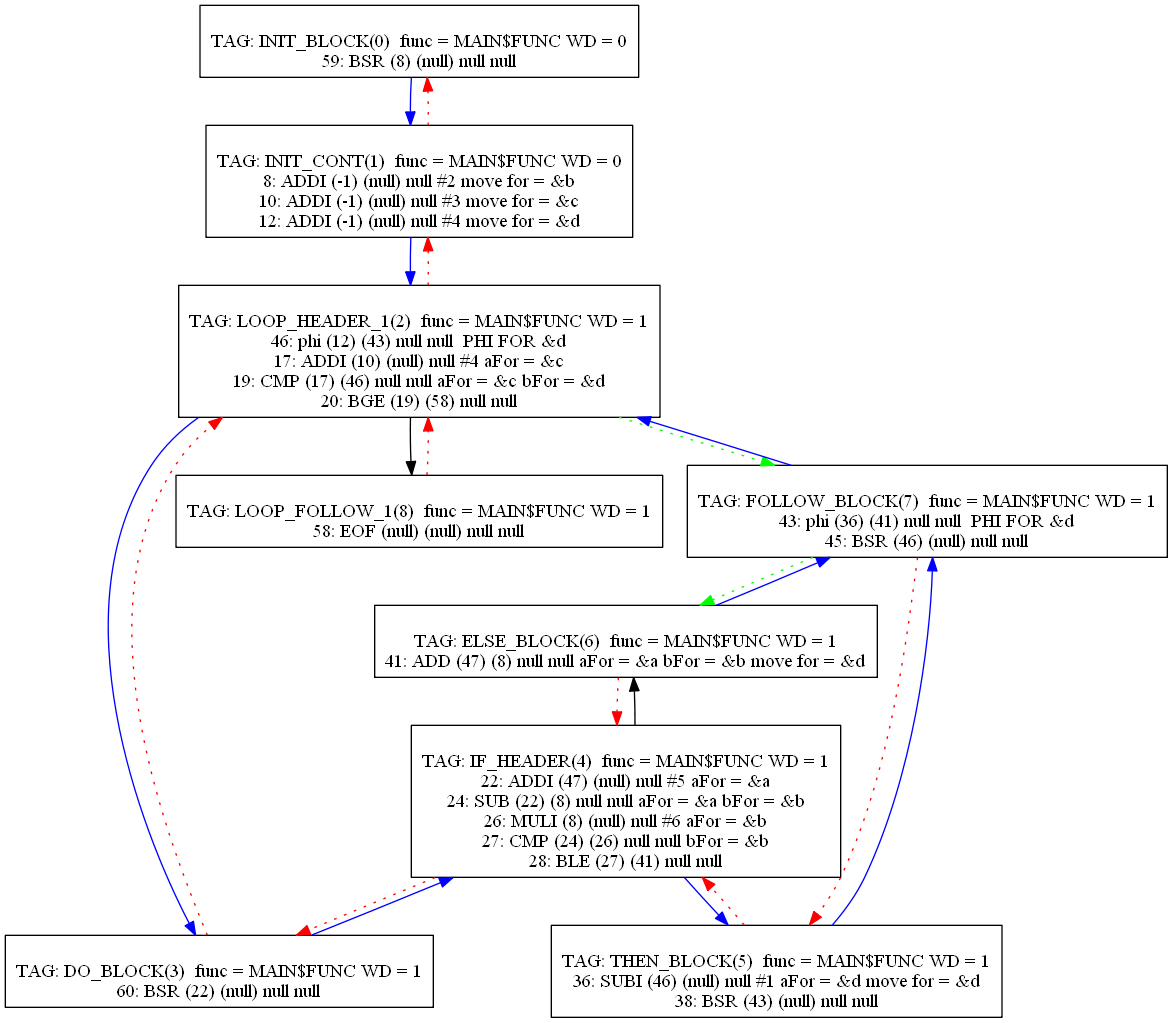
This is Compiler/23graph.png from mbajaj92/Project-Astoria, a Graphviz export, as it was before one commit. Its source is kept beside it as Compiler/23graph.dot.
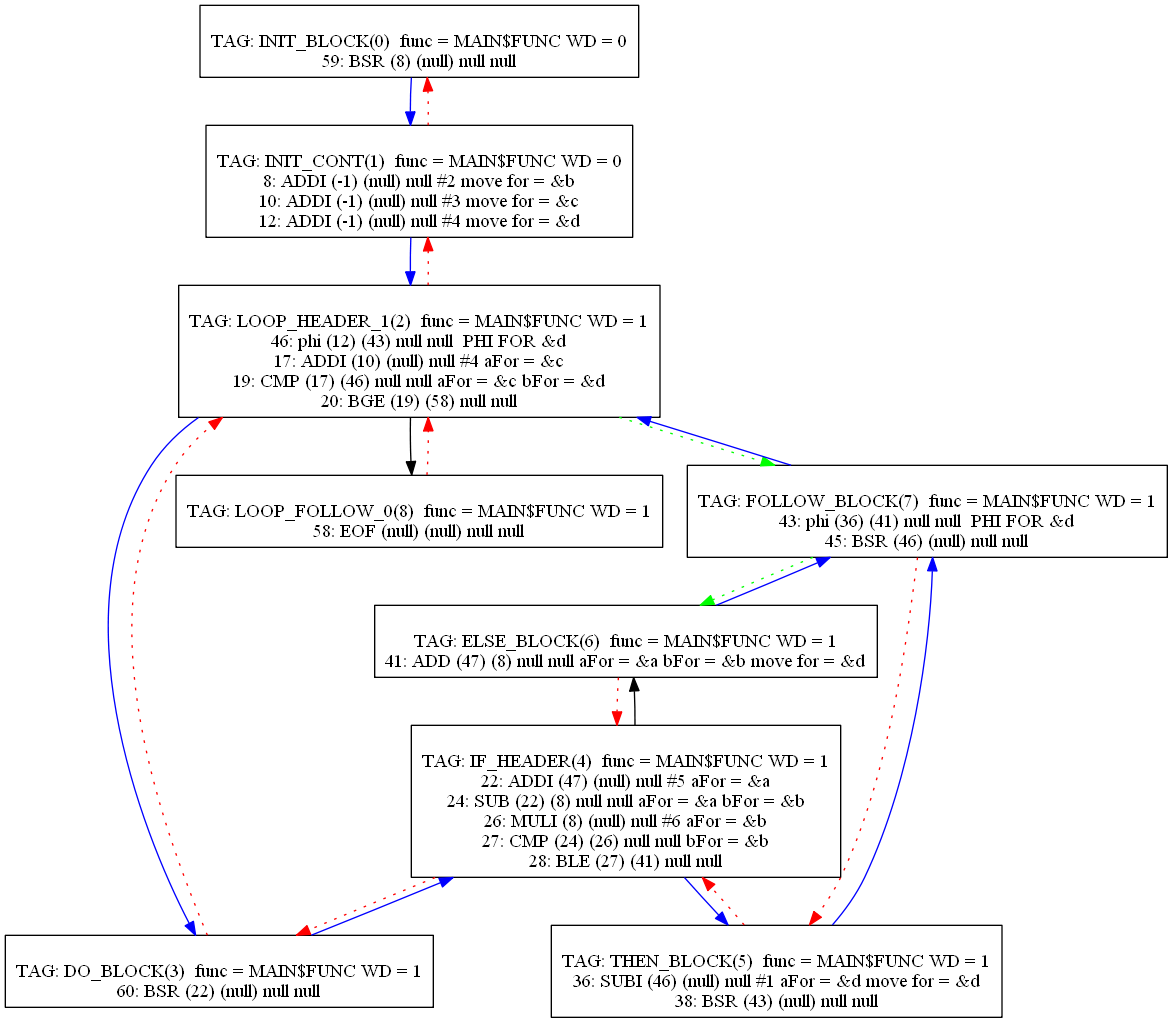
The same diagram one commit later.

Change to the diagram source:
```diff
@@ -70,7 +70,7 @@
 7 -> 5[color=red][style=dotted]
 7 -> 6[color=green][style=dotted]
 8[label="
-TAG: LOOP_FOLLOW_1(8)  func = MAIN$FUNC WD = 1
+TAG: LOOP_FOLLOW_0(8)  func = MAIN$FUNC WD = 1
 58: EOF (null) (null) null null
 "];
 8[shape=box];
```
